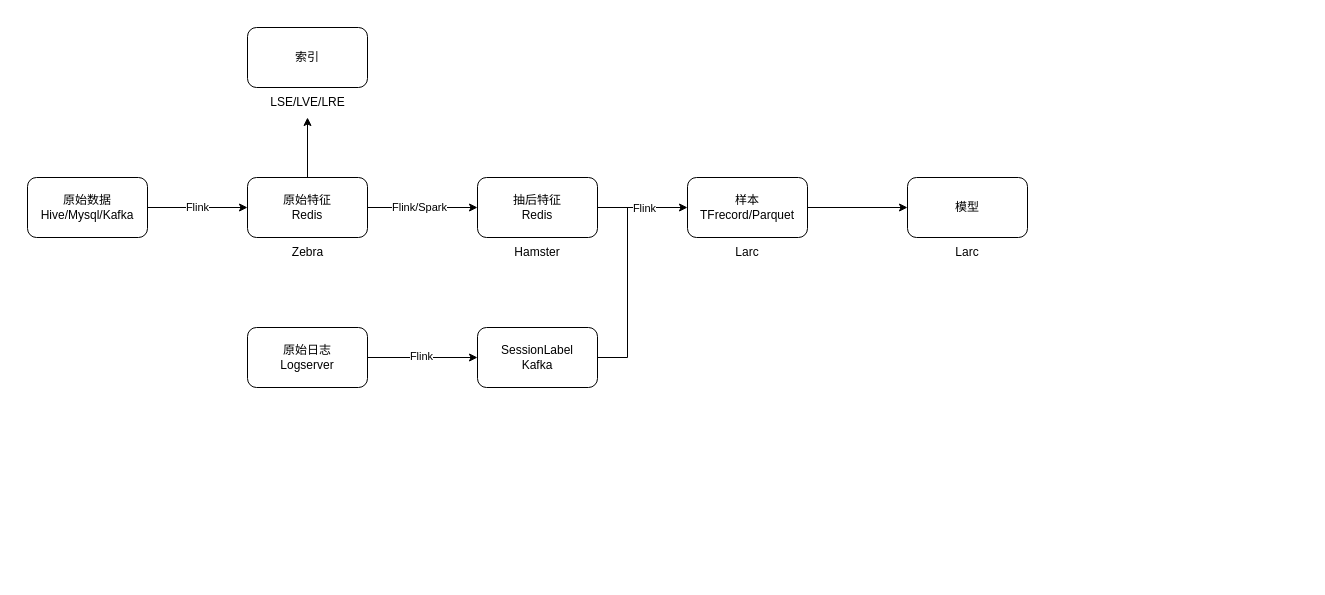
The draw.io diagram 推广搜血缘.drawio in labud/pictures, before the edit. Source tidied: cells renumbered, new cells numbered last; positions are measured from the earlier drawing's top-left corner, leaving out a move shared by most shapes. Both pictures are drawn from the tidied source at 100%, with x=0, y=0 at pixel (27, 27).
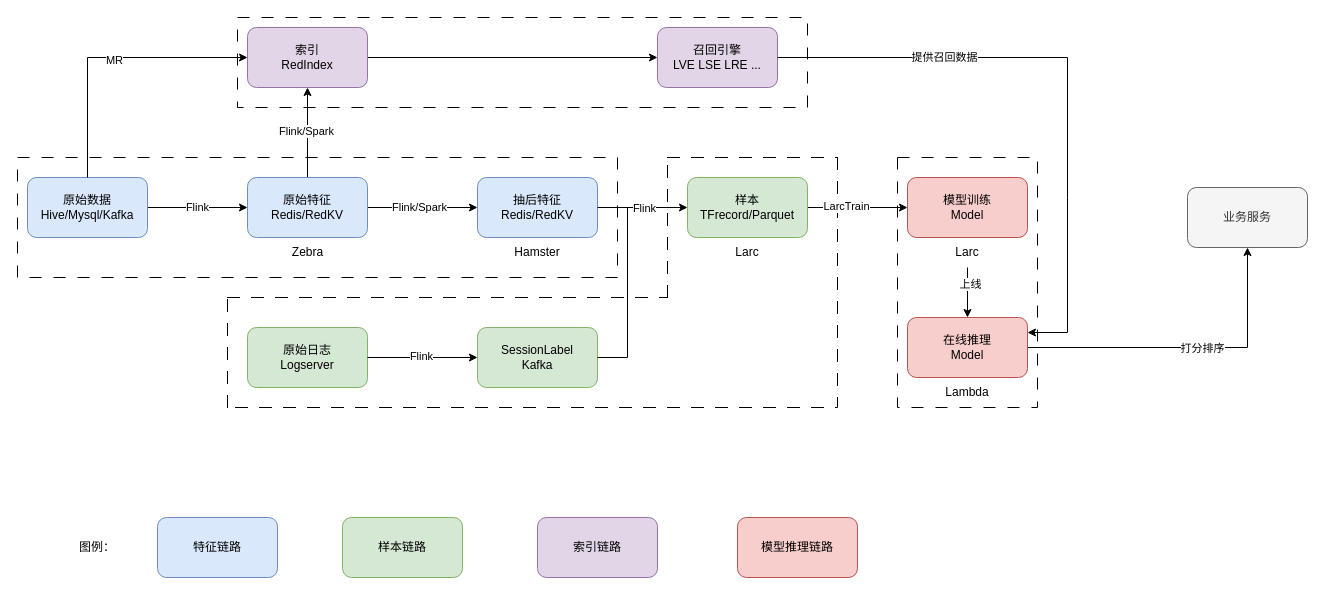
The same page after the edit.

Commit message (it also covers changes not shown here):
Update 推广搜血缘.drawio

Unchanged cells that the change refers to:
```xml
<mxCell id="17" style="edgeStyle=orthogonalEdgeStyle;rounded=0;jettySize=auto;html=1;" parent="1" edge="1" source="18" target="23">
  <mxGeometry relative="1" as="geometry" />
</mxCell>
<mxCell id="24" value="Larc" style="text;html=1;align=center;verticalAlign=middle;whiteSpace=wrap;rounded=0;" parent="1" vertex="1">
  <mxGeometry x="910" y="210" width="60" height="30" as="geometry" />
</mxCell>
```

The edit, as a diff of the source:
```diff
@@
+    <mxCell id="25" style="rounded=0;whiteSpace=wrap;html=1;dashed=1;dashPattern=12 12;" parent="1" vertex="1">
+      <mxGeometry x="210" y="-10" width="570" height="90" as="geometry" />
+    </mxCell>
+    <mxCell id="26" style="verticalLabelPosition=bottom;verticalAlign=top;html=1;shape=mxgraph.basic.rect;fillColor2=none;strokeWidth=1;size=20;indent=5;dashed=1;dashPattern=12 12;" parent="1" vertex="1">
+      <mxGeometry x="870" y="130" width="140" height="250" as="geometry" />
+    </mxCell>
+    <mxCell id="27" style="shape=partialRectangle;whiteSpace=wrap;html=1;bottom=0;right=0;fillColor=none;dashed=1;dashPattern=12 12;" parent="1" vertex="1">
+      <mxGeometry x="640" y="130" width="170" height="140" as="geometry" />
+    </mxCell>
+    <mxCell id="28" style="shape=partialRectangle;whiteSpace=wrap;html=1;top=0;left=0;fillColor=none;dashed=1;dashPattern=12 12;" parent="1" vertex="1">
+      <mxGeometry x="200" y="130" width="610" height="250" as="geometry" />
+    </mxCell>
+    <mxCell id="29" style="shape=partialRectangle;whiteSpace=wrap;html=1;bottom=0;right=0;fillColor=none;dashed=1;dashPattern=12 12;" parent="1" vertex="1">
+      <mxGeometry x="200" y="270" width="440" height="110" as="geometry" />
+    </mxCell>
+    <mxCell id="30" style="rounded=0;whiteSpace=wrap;html=1;dashed=1;dashPattern=12 12;" parent="1" vertex="1">
+      <mxGeometry x="-10" y="130" width="600" height="120" as="geometry" />
+    </mxCell>
-    <mxCell id="2" value="SessionLabel&lt;div&gt;Kafka&lt;/div&gt;" style="rounded=1;whiteSpace=wrap;html=1;" parent="1" vertex="1">
+    <mxCell id="2" value="SessionLabel&lt;div&gt;Kafka&lt;/div&gt;" style="rounded=1;whiteSpace=wrap;html=1;fillColor=#d5e8d4;strokeColor=#82b366;" parent="1" vertex="1">
       <mxGeometry x="450" y="300" width="120" height="60" as="geometry" />
     </mxCell>
@@
-    <mxCell id="4" value="原始数据&lt;div&gt;&lt;span style=&quot;text-wrap-mode: nowrap;&quot;&gt;Hive/Mysql/Kafka&lt;/span&gt;&lt;/div&gt;" style="rounded=1;whiteSpace=wrap;html=1;" parent="1" vertex="1">
+    <mxCell id="4" value="原始数据&lt;div&gt;&lt;span style=&quot;text-wrap-mode: nowrap;&quot;&gt;Hive/Mysql/Kafka&lt;/span&gt;&lt;/div&gt;" style="rounded=1;whiteSpace=wrap;html=1;fillColor=#dae8fc;strokeColor=#6c8ebf;" parent="1" vertex="1">
       <mxGeometry y="150" width="120" height="60" as="geometry" />
     </mxCell>
-    <mxCell id="5" style="edgeStyle=orthogonalEdgeStyle;rounded=0;jettySize=auto;html=1;" parent="1" edge="1" source="8" target="11">
-      <mxGeometry relative="1" as="geometry" />
-    </mxCell>
@@
+    <mxCell id="31" style="edgeStyle=orthogonalEdgeStyle;rounded=0;jettySize=auto;html=1;" parent="1" edge="1" source="8" target="10">
+      <mxGeometry relative="1" as="geometry" />
+    </mxCell>
+    <mxCell id="32" value="Flink/Spark" style="edgeLabel;html=1;align=center;verticalAlign=middle;" parent="31" vertex="1">
+      <mxGeometry x="0.04" y="2" relative="1" as="geometry" />
+    </mxCell>
-    <mxCell id="8" value="原始特征&lt;div&gt;Redis&lt;/div&gt;" style="rounded=1;whiteSpace=wrap;html=1;" parent="1" vertex="1">
+    <mxCell id="8" value="原始特征&lt;div&gt;Redis/RedKV&lt;/div&gt;" style="rounded=1;whiteSpace=wrap;html=1;fillColor=#dae8fc;strokeColor=#6c8ebf;" parent="1" vertex="1">
       <mxGeometry x="220" y="150" width="120" height="60" as="geometry" />
     </mxCell>
@@
+    <mxCell id="33" style="edgeStyle=orthogonalEdgeStyle;rounded=0;jettySize=auto;html=1;" parent="1" edge="1" source="10" target="44">
+      <mxGeometry relative="1" as="geometry" />
+    </mxCell>
-    <mxCell id="10" value="索引" style="rounded=1;whiteSpace=wrap;html=1;" parent="1" vertex="1">
+    <mxCell id="10" value="索引&lt;div&gt;RedIndex&lt;/div&gt;" style="rounded=1;whiteSpace=wrap;html=1;fillColor=#e1d5e7;strokeColor=#9673a6;" parent="1" vertex="1">
       <mxGeometry x="220" width="120" height="60" as="geometry" />
     </mxCell>
-    <mxCell id="11" value="LSE/LVE/LRE" style="text;html=1;align=center;verticalAlign=middle;points=[];strokeColor=none;fillColor=none;" parent="1" vertex="1">
-      <mxGeometry x="230" y="60" width="100" height="30" as="geometry" />
-    </mxCell>
-    <mxCell id="12" value="抽后特征&lt;div&gt;Redis&lt;/div&gt;" style="rounded=1;whiteSpace=wrap;html=1;" parent="1" vertex="1">
+    <mxCell id="12" value="抽后特征&lt;div&gt;Redis/RedKV&lt;/div&gt;" style="rounded=1;whiteSpace=wrap;html=1;fillColor=#dae8fc;strokeColor=#6c8ebf;" parent="1" vertex="1">
       <mxGeometry x="450" y="150" width="120" height="60" as="geometry" />
     </mxCell>
@@
-    <mxCell id="14" value="原始日志&lt;div&gt;Logserver&lt;/div&gt;" style="rounded=1;whiteSpace=wrap;html=1;" parent="1" vertex="1">
+    <mxCell id="14" value="原始日志&lt;div&gt;Logserver&lt;/div&gt;" style="rounded=1;whiteSpace=wrap;html=1;fillColor=#d5e8d4;strokeColor=#82b366;" parent="1" vertex="1">
       <mxGeometry x="220" y="300" width="120" height="60" as="geometry" />
     </mxCell>
@@
+    <mxCell id="34" value="LarcTrain" style="edgeLabel;html=1;align=center;verticalAlign=middle;" parent="17" vertex="1">
+      <mxGeometry x="-0.24" y="2" relative="1" as="geometry" />
+    </mxCell>
-    <mxCell id="18" value="样本&lt;div&gt;TFrecord/Parquet&lt;/div&gt;" style="rounded=1;whiteSpace=wrap;html=1;" parent="1" vertex="1">
+    <mxCell id="18" value="样本&lt;div&gt;TFrecord/Parquet&lt;/div&gt;" style="rounded=1;whiteSpace=wrap;html=1;fillColor=#d5e8d4;strokeColor=#82b366;" parent="1" vertex="1">
       <mxGeometry x="660" y="150" width="120" height="60" as="geometry" />
     </mxCell>
@@
-    <mxCell id="23" value="模型" style="rounded=1;whiteSpace=wrap;html=1;" parent="1" vertex="1">
+    <mxCell id="23" value="模型训练&lt;div&gt;Model&lt;/div&gt;" style="rounded=1;whiteSpace=wrap;html=1;fillColor=#f8cecc;strokeColor=#b85450;" parent="1" vertex="1">
       <mxGeometry x="880" y="150" width="120" height="60" as="geometry" />
     </mxCell>
+    <mxCell id="35" style="edgeStyle=orthogonalEdgeStyle;rounded=0;jettySize=auto;html=1;" parent="1" edge="1" source="24" target="40">
+      <mxGeometry relative="1" as="geometry" />
+    </mxCell>
+    <mxCell id="36" value="上线" style="edgeLabel;html=1;align=center;verticalAlign=middle;" parent="35" vertex="1">
+      <mxGeometry x="-0.36" y="2" relative="1" as="geometry" />
+    </mxCell>
@@
+    <mxCell id="37" value="Lambda" style="text;html=1;align=center;verticalAlign=middle;whiteSpace=wrap;rounded=0;" parent="1" vertex="1">
+      <mxGeometry x="910" y="350" width="60" height="30" as="geometry" />
+    </mxCell>
+    <mxCell id="38" style="edgeStyle=orthogonalEdgeStyle;rounded=0;jettySize=auto;html=1;" parent="1" edge="1" source="40" target="41">
+      <mxGeometry relative="1" as="geometry" />
+    </mxCell>
+    <mxCell id="39" value="打分排序" style="edgeLabel;html=1;align=center;verticalAlign=middle;" parent="38" vertex="1">
+      <mxGeometry x="0.09" relative="1" as="geometry" />
+    </mxCell>
+    <mxCell id="40" value="在线推理&lt;div&gt;Model&lt;/div&gt;" style="rounded=1;whiteSpace=wrap;html=1;fillColor=#f8cecc;strokeColor=#b85450;" parent="1" vertex="1">
+      <mxGeometry x="880" y="290" width="120" height="60" as="geometry" />
+    </mxCell>
+    <mxCell id="41" value="业务服务" style="rounded=1;whiteSpace=wrap;html=1;fillColor=#f5f5f5;fontColor=#333333;strokeColor=#666666;" parent="1" vertex="1">
+      <mxGeometry x="1160" y="160" width="120" height="60" as="geometry" />
+    </mxCell>
+    <mxCell id="42" style="endArrow=classic;html=1;rounded=0;entryX=0;entryY=0.5;entryDx=0;entryDy=0;" parent="1" edge="1" target="10">
+      <mxGeometry relative="1" as="geometry">
+        <mxPoint x="60" y="150" as="sourcePoint" />
+        <Array as="points">
+          <mxPoint x="60" y="30" />
+        </Array>
+      </mxGeometry>
+    </mxCell>
+    <mxCell id="43" value="MR" style="edgeLabel;html=1;align=center;verticalAlign=middle;" parent="42" vertex="1">
+      <mxGeometry x="0.04" y="-2" relative="1" as="geometry" />
+    </mxCell>
+    <mxCell id="44" value="&lt;div&gt;召回引擎&lt;/div&gt;LVE LSE LRE ..." style="rounded=1;whiteSpace=wrap;html=1;fillColor=#e1d5e7;strokeColor=#9673a6;" parent="1" vertex="1">
+      <mxGeometry x="630" width="120" height="60" as="geometry" />
+    </mxCell>
+    <mxCell id="45" style="endArrow=classic;html=1;rounded=0;entryX=1;entryY=0.25;entryDx=0;entryDy=0;" parent="1" edge="1" target="40">
+      <mxGeometry relative="1" as="geometry">
+        <mxPoint x="750" y="30" as="sourcePoint" />
+        <Array as="points">
+          <mxPoint x="1040" y="30" />
+          <mxPoint x="1040" y="170" />
+          <mxPoint x="1040" y="305" />
+        </Array>
+      </mxGeometry>
+    </mxCell>
+    <mxCell id="46" value="提供召回数据" style="edgeLabel;html=1;align=center;verticalAlign=middle;" parent="45" vertex="1">
+      <mxGeometry x="-0.45" y="1" relative="1" as="geometry" />
+    </mxCell>
+    <mxCell id="47" value="特征链路" style="rounded=1;whiteSpace=wrap;html=1;fillColor=#dae8fc;strokeColor=#6c8ebf;" parent="1" vertex="1">
+      <mxGeometry x="130" y="490" width="120" height="60" as="geometry" />
+    </mxCell>
+    <mxCell id="48" value="样本链路" style="rounded=1;whiteSpace=wrap;html=1;fillColor=#d5e8d4;strokeColor=#82b366;" parent="1" vertex="1">
+      <mxGeometry x="315" y="490" width="120" height="60" as="geometry" />
+    </mxCell>
+    <mxCell id="49" value="索引链路" style="rounded=1;whiteSpace=wrap;html=1;fillColor=#e1d5e7;strokeColor=#9673a6;" parent="1" vertex="1">
+      <mxGeometry x="510" y="490" width="120" height="60" as="geometry" />
+    </mxCell>
+    <mxCell id="50" value="模型推理链路" style="rounded=1;whiteSpace=wrap;html=1;fillColor=#f8cecc;strokeColor=#b85450;" parent="1" vertex="1">
+      <mxGeometry x="710" y="490" width="120" height="60" as="geometry" />
+    </mxCell>
+    <mxCell id="51" value="图例：" style="text;html=1;align=center;verticalAlign=middle;whiteSpace=wrap;rounded=0;" parent="1" vertex="1">
+      <mxGeometry x="40" y="505" width="60" height="30" as="geometry" />
+    </mxCell>
```
